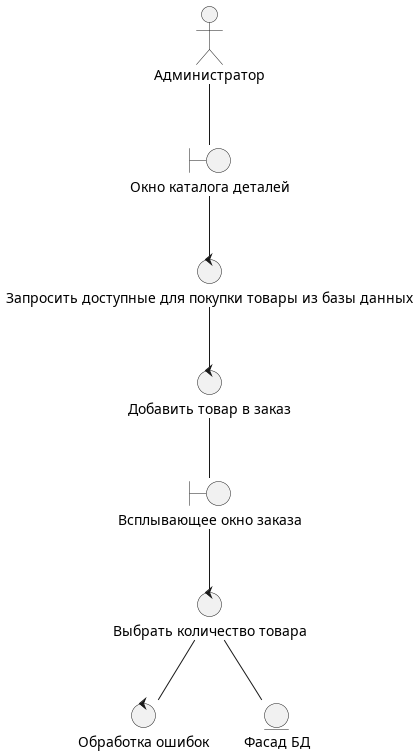
Before: uml-диаграммы/out/Диаграмма пригодности/Диаграмма_пригодности_Добавить_товар_в_заказ/Диаграмма_пригодности_Добавить_товар_в_заказ.png, a diagram exported from PlantUML (BombasticFantastik/PIS_Course_work). Its diagram source:
```plantuml
@startuml


actor "Aдминистратор" as admin

boundary "Окно каталога деталей" as admin_order_list

control "Добавить товар в заказ" as add_to_order

control "Запросить доступные для покупки товары из базы данных" as give_me_details

boundary "Всплывающее окно заказа" as admin_selected_order

control "Выбрать количество товара" as choose_count

control "Обработка ошибок" as check_mistakes

entity "Фасад БД" as facade_bd

admin -- admin_order_list

admin_order_list -- give_me_details

give_me_details--add_to_order

add_to_order -- admin_selected_order

admin_selected_order--choose_count

choose_count--facade_bd

choose_count--check_mistakes


@enduml
```
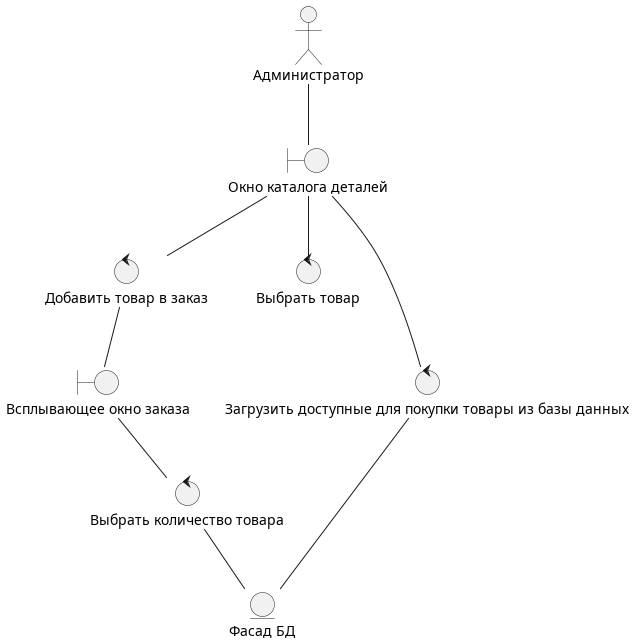
The same file after the commit.

The edit, as a diff of the source:
```diff
@@ -7,21 +7,32 @@
 
 control "Добавить товар в заказ" as add_to_order
 
-control "Запросить доступные для покупки товары из базы данных" as give_me_details
+control "Выбрать товар" as select_item
+
+control "Загрузить доступные для покупки товары из базы данных" as give_me_details
 
 boundary "Всплывающее окно заказа" as admin_selected_order
 
 control "Выбрать количество товара" as choose_count
 
-control "Обработка ошибок" as check_mistakes
-
 entity "Фасад БД" as facade_bd
 
 admin -- admin_order_list
 
+admin_order_list -- select_item
+
 admin_order_list -- give_me_details
 
-give_me_details--add_to_order
+give_me_details--facade_bd
+
+
+
+
+
+
+
+
+admin_order_list--add_to_order
 
 add_to_order -- admin_selected_order
 
@@ -29,7 +40,4 @@
 
 choose_count--facade_bd
 
-choose_count--check_mistakes
-
-
 @enduml
```
